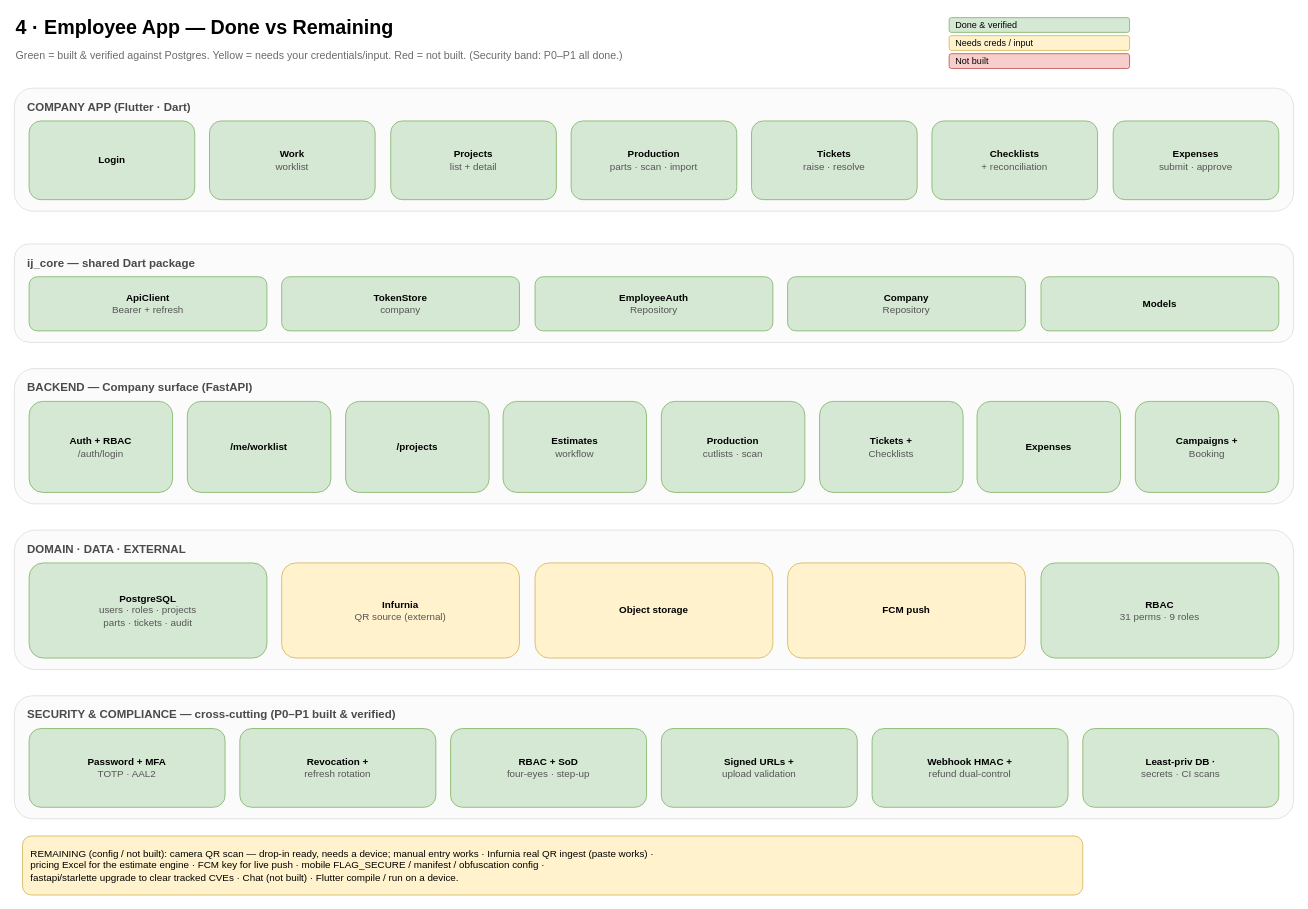
This is docs/mobile-apps/diagrams/4_employee_app_progress.drawio from yogeshpphl01/interio-junction-crm, a draw.io file, before an edit. Source tidied: cells renumbered, new cells numbered last; positions are measured from the earlier drawing's top-left corner, leaving out a move shared by most shapes. Both pictures are drawn from the tidied source at 82%, with x=0, y=0 at pixel (14, 14).
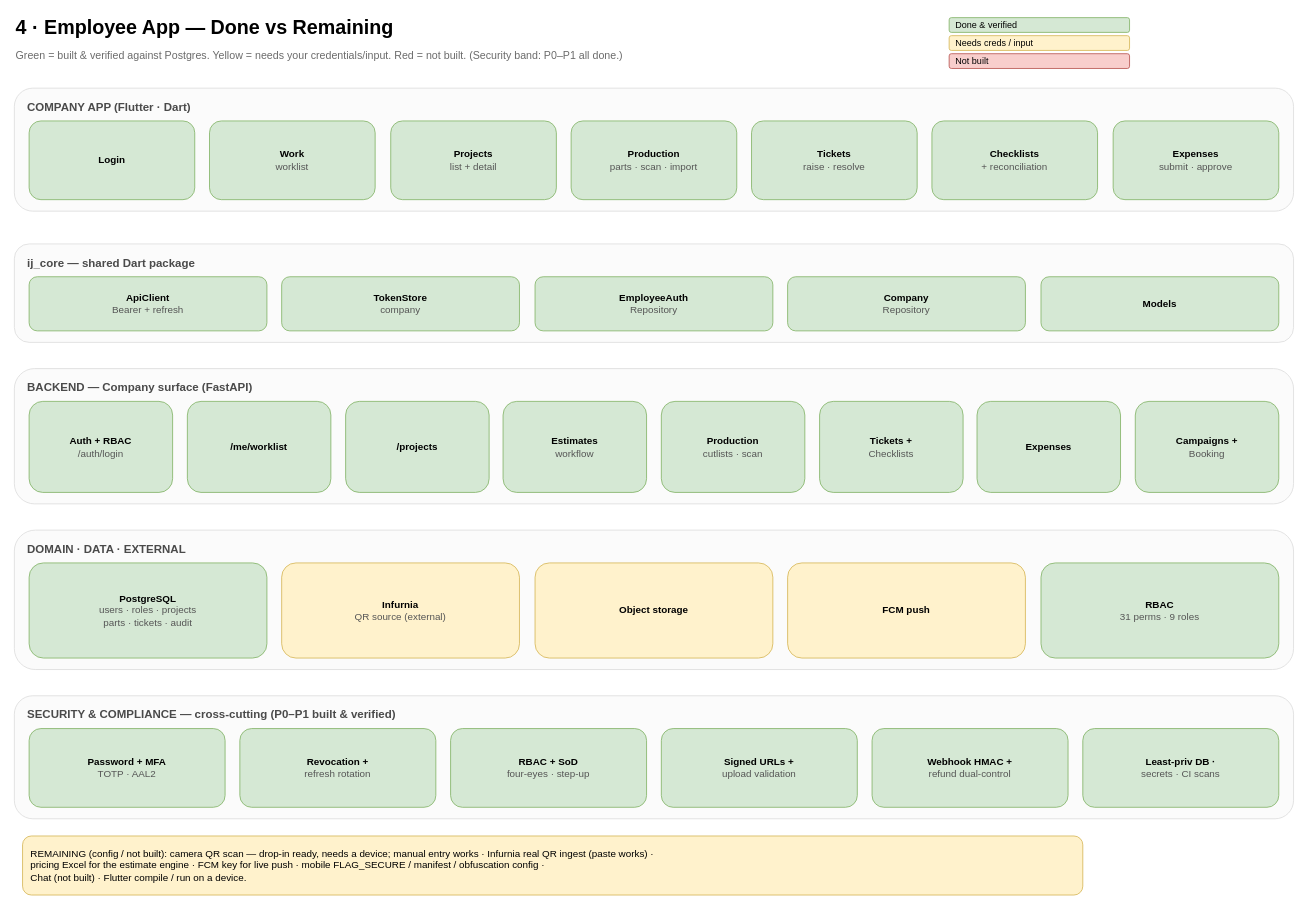
Above is the later version.

Commit message (it also covers changes not shown here):
security: upgrade fastapi 0.110->0.139 + starlette 0.37->1.3.1 (clears 8 CVEs)

The edit, as a diff of the source:
```diff
@@
-    <mxCell id="43" value="REMAINING (config / not built):  camera QR scan — drop-in ready, needs a device; manual entry works · Infurnia real QR ingest (paste works) ·&#10;pricing Excel for the estimate engine · FCM key for live push · mobile FLAG_SECURE / manifest / obfuscation config ·&#10;fastapi/starlette upgrade to clear tracked CVEs · Chat (not built) · Flutter compile / run on a device." style="rounded=1;whiteSpace=wrap;html=1;fillColor=#FFF2CC;strokeColor=#D6B656;align=left;spacingLeft=8;fontSize=12;" parent="1" vertex="1">
+    <mxCell id="43" value="REMAINING (config / not built):  camera QR scan — drop-in ready, needs a device; manual entry works · Infurnia real QR ingest (paste works) ·&#10;pricing Excel for the estimate engine · FCM key for live push · mobile FLAG_SECURE / manifest / obfuscation config ·&#10;Chat (not built) · Flutter compile / run on a device." style="rounded=1;whiteSpace=wrap;html=1;fillColor=#FFF2CC;strokeColor=#D6B656;align=left;spacingLeft=8;fontSize=12;" parent="1" vertex="1">
       <mxGeometry x="10" y="1002" width="1293" height="72" as="geometry" />
     </mxCell>
```
